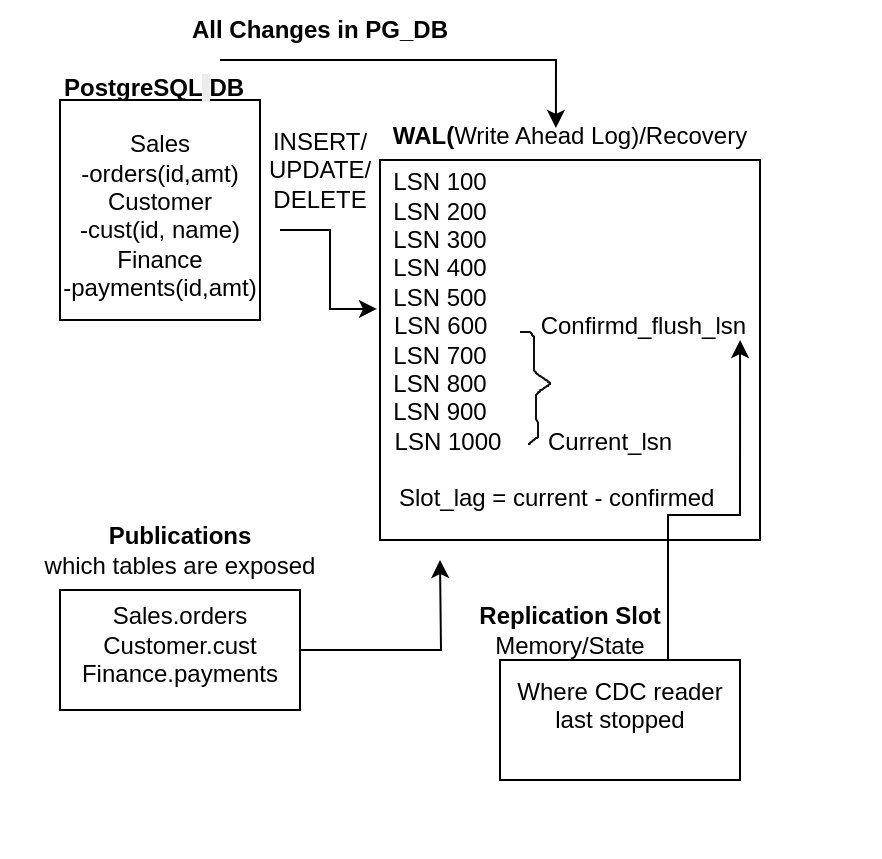
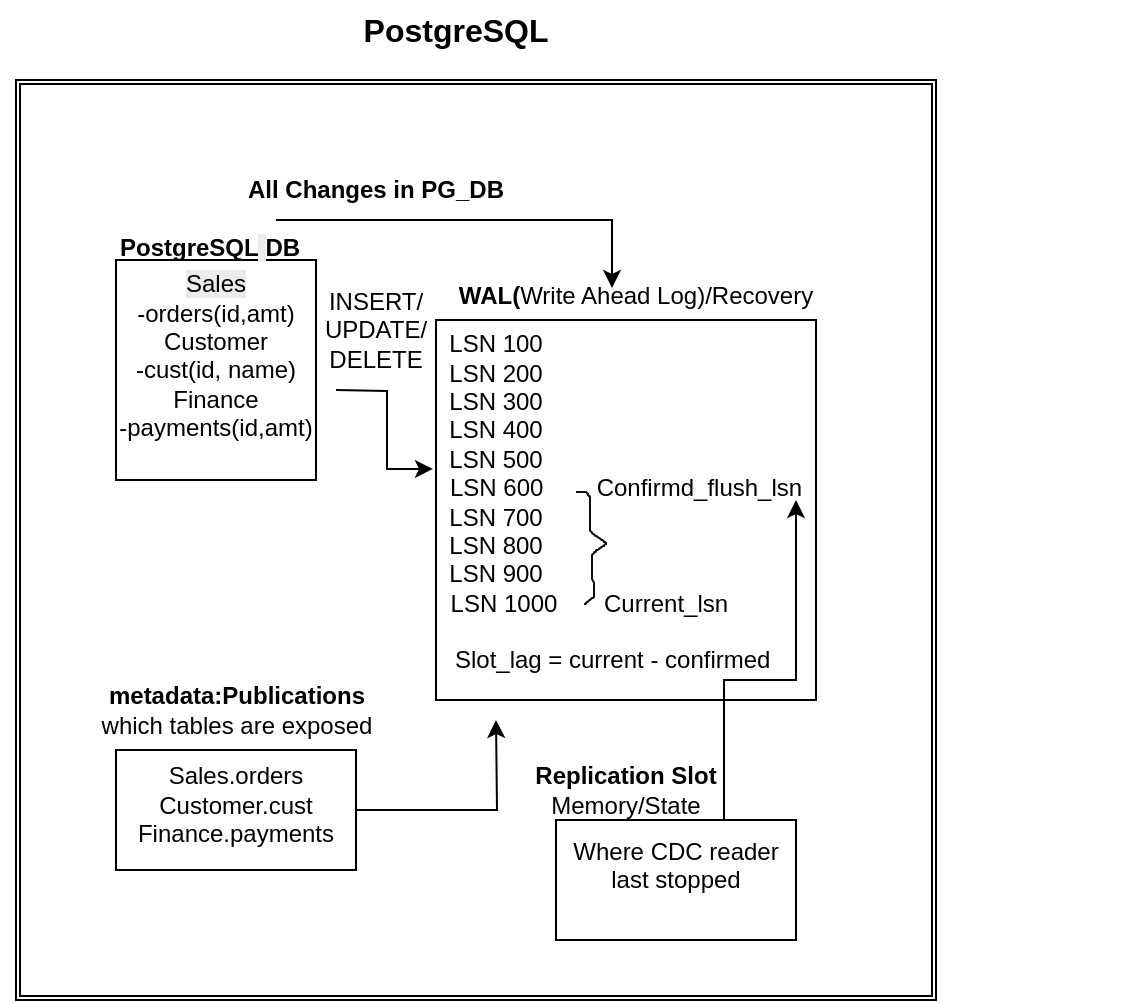
<mxfile host="app.diagrams.net">
  <diagram name="Page-1" id="Q_ZsLJstPfYgno72QKXt">
-     <mxGraphModel dx="1245" dy="1791" grid="1" gridSize="10" guides="1" tooltips="1" connect="1" arrows="1" fold="1" page="1" pageScale="1" pageWidth="850" pageHeight="1100" math="0" shadow="0">
+     <mxGraphModel dx="2095" dy="1791" grid="1" gridSize="10" guides="1" tooltips="1" connect="1" arrows="1" fold="1" page="1" pageScale="1" pageWidth="850" pageHeight="1100" math="0" shadow="0">
      <root>
        <mxCell id="0" />
        <mxCell id="1" parent="0" />
-         <mxCell id="VMq2Wqnuxfh8W9JdA98s-1" parent="1" style="rounded=0;whiteSpace=wrap;html=1;" value="" vertex="1">
-           <mxGeometry height="110" width="100" x="40" y="40" as="geometry" />
-         </mxCell>
-         <mxCell id="VMq2Wqnuxfh8W9JdA98s-4" parent="1" style="text;html=1;whiteSpace=wrap;strokeColor=none;fillColor=none;align=center;verticalAlign=middle;rounded=0;" value="Sales&lt;br&gt;&lt;div&gt;-orders(id,amt)&lt;/div&gt;&lt;div&gt;Customer&lt;/div&gt;&lt;div&gt;-cust(id, name)&lt;/div&gt;&lt;div&gt;Finance&lt;/div&gt;&lt;div&gt;-payments(id,amt)&lt;/div&gt;&lt;div&gt;&lt;br&gt;&lt;/div&gt;" vertex="1">
-           <mxGeometry height="30" width="120" x="30" y="90" as="geometry" />
-         </mxCell>
-         <mxCell id="VMq2Wqnuxfh8W9JdA98s-6" parent="1" style="whiteSpace=wrap;html=1;aspect=fixed;" value="" vertex="1">
-           <mxGeometry height="190" width="190" x="200" y="70" as="geometry" />
-         </mxCell>
-         <mxCell id="VMq2Wqnuxfh8W9JdA98s-7" edge="1" parent="1" source="VMq2Wqnuxfh8W9JdA98s-4" style="edgeStyle=orthogonalEdgeStyle;rounded=0;orthogonalLoop=1;jettySize=auto;html=1;exitX=1;exitY=0.5;exitDx=0;exitDy=0;entryX=-0.008;entryY=0.392;entryDx=0;entryDy=0;entryPerimeter=0;" target="VMq2Wqnuxfh8W9JdA98s-6">
-           <mxGeometry relative="1" as="geometry" />
-         </mxCell>
-         <mxCell id="VMq2Wqnuxfh8W9JdA98s-8" parent="1" style="text;html=1;whiteSpace=wrap;strokeColor=none;fillColor=light-dark(transparent,#00E600);align=center;verticalAlign=middle;rounded=0;" value="INSERT/&lt;div&gt;UPDATE/&lt;/div&gt;&lt;div&gt;DELETE&lt;/div&gt;" vertex="1">
-           <mxGeometry height="30" width="60" x="140" y="60" as="geometry" />
-         </mxCell>
-         <mxCell id="VMq2Wqnuxfh8W9JdA98s-10" parent="1" style="text;whiteSpace=wrap;html=1;" value="&lt;b style=&quot;caret-color: rgb(0, 0, 0); color: rgb(0, 0, 0); font-family: Helvetica; font-size: 12px; font-style: normal; font-variant-caps: normal; letter-spacing: normal; orphans: 2; text-align: center; text-indent: 0px; text-transform: none; white-space: normal; widows: 2; word-spacing: 0px; -webkit-text-stroke-width: 0px; text-decoration-line: none; text-decoration-thickness: auto; text-decoration-style: solid;&quot;&gt;PostgreSQL&lt;/b&gt;&lt;span style=&quot;caret-color: rgb(0, 0, 0); color: rgb(0, 0, 0); font-family: Helvetica; font-size: 12px; font-style: normal; font-variant-caps: normal; font-weight: 400; letter-spacing: normal; orphans: 2; text-align: center; text-indent: 0px; text-transform: none; white-space: normal; widows: 2; word-spacing: 0px; -webkit-text-stroke-width: 0px; background-color: rgb(236, 236, 236); text-decoration: none; display: inline !important; float: none;&quot;&gt;&lt;span class=&quot;Apple-converted-space&quot;&gt;&amp;nbsp;&lt;/span&gt;&lt;/span&gt;&lt;b style=&quot;caret-color: rgb(0, 0, 0); color: rgb(0, 0, 0); font-family: Helvetica; font-size: 12px; font-style: normal; font-variant-caps: normal; letter-spacing: normal; orphans: 2; text-align: center; text-indent: 0px; text-transform: none; white-space: normal; widows: 2; word-spacing: 0px; -webkit-text-stroke-width: 0px; text-decoration-line: none; text-decoration-thickness: auto; text-decoration-style: solid;&quot;&gt;DB&lt;/b&gt;" vertex="1">
-           <mxGeometry height="30" width="80" x="40" y="20" as="geometry" />
-         </mxCell>
-         <mxCell id="VMq2Wqnuxfh8W9JdA98s-11" parent="1" style="text;html=1;whiteSpace=wrap;strokeColor=none;fillColor=none;align=center;verticalAlign=middle;rounded=0;" value="&lt;b&gt;WAL(&lt;/b&gt;Write Ahead Log)/Recovery&lt;div&gt;&lt;br&gt;&lt;/div&gt;" vertex="1">
-           <mxGeometry height="30" width="220" x="185" y="50" as="geometry" />
-         </mxCell>
-         <mxCell id="VMq2Wqnuxfh8W9JdA98s-12" parent="1" style="text;html=1;whiteSpace=wrap;strokeColor=none;fillColor=none;align=center;verticalAlign=middle;rounded=0;" value="LSN 100&lt;div&gt;LSN 200&lt;/div&gt;&lt;div&gt;LSN 300&lt;br&gt;&lt;/div&gt;&lt;div&gt;LSN 400&lt;br&gt;&lt;/div&gt;&lt;div&gt;LSN 500&lt;br&gt;&lt;/div&gt;&lt;div&gt;&amp;nbsp; &amp;nbsp; &amp;nbsp; &amp;nbsp; &amp;nbsp; &amp;nbsp; &amp;nbsp; &amp;nbsp; &amp;nbsp; &amp;nbsp; &amp;nbsp; &amp;nbsp; &amp;nbsp; &amp;nbsp; &amp;nbsp; &amp;nbsp; &amp;nbsp; &amp;nbsp; &amp;nbsp; &amp;nbsp;LSN 600 &amp;nbsp; &amp;nbsp; &amp;nbsp; &amp;nbsp;Confirmd_flush_lsn&lt;br&gt;&lt;/div&gt;&lt;div&gt;LSN 700&lt;br&gt;&lt;/div&gt;&lt;div&gt;LSN 800&lt;br&gt;&lt;/div&gt;&lt;div&gt;LSN 900&lt;br&gt;&lt;/div&gt;&lt;div&gt;&amp;nbsp; &amp;nbsp; &amp;nbsp; &amp;nbsp; &amp;nbsp; &amp;nbsp; &amp;nbsp; &amp;nbsp; &amp;nbsp; &amp;nbsp; &amp;nbsp; &amp;nbsp; &amp;nbsp; &amp;nbsp; LSN 1000 &amp;nbsp; &amp;nbsp; &amp;nbsp; Current_lsn&lt;br&gt;&lt;/div&gt;&lt;div&gt;&lt;br&gt;&lt;/div&gt;&lt;div&gt;&amp;nbsp; &amp;nbsp; &amp;nbsp; &amp;nbsp; &amp;nbsp; &amp;nbsp; &amp;nbsp; &amp;nbsp; &amp;nbsp; &amp;nbsp; &amp;nbsp; &amp;nbsp; &amp;nbsp; &amp;nbsp; &amp;nbsp; &amp;nbsp; &amp;nbsp; &amp;nbsp;Slot_lag = current - confirmed&lt;/div&gt;" vertex="1">
-           <mxGeometry height="30" width="440" x="10" y="145" as="geometry" />
-         </mxCell>
-         <mxCell id="VMq2Wqnuxfh8W9JdA98s-19" parent="1" style="shape=stencil(xZrNbhtHEISfhtfB7s7O39lx3sOA5YiIIhmykthvnyF4iOGqfIMOAuRGUf0tOT2929XFueR3Xx4/fH64HNuXt9eXXx/+vH58e7zkny7HcX1+fHi9vs1Xl/z+kt99enl9+OX15ffnj/e/P3+4Rd5e/fbyx+0KX+/clrbtBh3btx/e+Pke/nR9/vfhe6otEJ5TzoHwEvsyNfZleuzL7NHUBHOzB1e7B5e7B9cbLYVoLUSLIVoN0f3NwfXmaO0H15vNes8C8aYe+oB4yc+e8vnP8afkZ08Nrq/xRzpyLL52iJf857TT9SX/OZUG8ZL/Rbzk/0zbEYs/ayx+7JH4knLo+iV1qE+Nr+mA+nTxLXT9lgrVm8T3tFE9m/iT6s3ED6o3iR8ph64/Ug/Vz+xQR6hAZ4vaQxVx62mhktuPtIVqYgIjBszbOlQVE+ihstjP1EL7PDv5HtroCdTYJ9RUYqVR04jtdEtnbKdnOwndzRNosZ0e6Qh9wq3BhkpjAiVUGhMYoZ2ePbPHgCPl0E5PoIUeArOt1VBpzL6zh0pjAiW007PzkNKxAEkdA1TWOgo0Fi8OQPWiQGf5osAI6osJxATGBGIKY2romMSYQExjTNUdExkTiKmMfARlxhT2MZ0xgZjQmEBMaeSTpYZI/wmQ1iiized0QlqjqDgvqUEtFVXnFcWJBUicFNXzDcVJ0bROBUp2haaVgappbSh/qqa1o/ypmqWO8qdqlmbbpU/QRTPQdNEDBVaTRc9RkQRWkzVMgARW09FqTxuUd5NFL4Aui54ASbiui95RwnXZ6fNACdc1S0fq9AmapQWgWWJgaJYyqsqhWcqoKodm6URVaYEKN1Ac0H1YALoPC0D3oaAy3jfdiILS2BOkjR1R0wl3aZwwC18AmtqKgt1sXkPBbsqjoWA3QE8H3NfmnlgAmlYGzH3dcYYwj5qBM4R5mA2cIfRxWRbmvyx6Aegjv7Afq02lsCGrbauwI6uNsbAlq613AWhzXwG6aHZ9LUCDkwHY91VFU9jIVc20AnQfFoDuA3vFFqBZTqVoYbdYxW5hu1jldGG/WAV7YcPYAjTLGaClHW4gC9DwZwA2mS1Aw58FaPgzAPvMFsDhT4DKRrMB2Gi2AM5yCrDRbAGatAzARrMFaNIyABvNBmCj2QAVpxQL0NBhAPaNDcC+sQVI4RuAfWMFGvvGFiBxbAHSxgZg39gA7BtbgGSoAdg3NgD7xhYgzWcA9o0tQIrMAOwbW4D0kgHYaLYA6SXt01PJkjhRJdDYN1at0dg3VjXT2QY2ANvAFiDpYAC2gQ3ANrAFSAlYgJSAAdgGtgApAQOwDWwAdnUtQErAAOzqWgA9VwUWnqsD0HNVgB1RBQY7ohYgR9QA7FdagKSDAdivtAC5iQZgN9ECqDXkyTfYTdRn62DrTp/eK0D6w38OyLQ72E3UH48Gm4n689RgL9EcnWGfLw7oPiwATSs7iXqcbbCTqOflBjuJeuBvsM+nJwpXgGaJjUE9EznYGLQAiUQ9pfmdjewJPee4IPSk6ZIwZ7f+D2K++Pvc+Kfr09P92Pn3///xnPl8635GPb//Cw==);fillColor=none;strokeColor=light-dark(#0F0F0F,#0F0F0F);" value="" vertex="1">
-           <mxGeometry height="56" width="15" x="270" y="156" as="geometry" />
-         </mxCell>
-         <mxCell id="VMq2Wqnuxfh8W9JdA98s-23" parent="1" style="text;html=1;whiteSpace=wrap;strokeColor=none;fillColor=none;align=center;verticalAlign=middle;rounded=0;fontStyle=1" value="Publications&lt;div&gt;&lt;span style=&quot;font-weight: 400;&quot;&gt;which tables are exposed&lt;/span&gt;&lt;br&gt;&lt;/div&gt;" vertex="1">
-           <mxGeometry height="30" width="150" x="25" y="250" as="geometry" />
-         </mxCell>
        <mxCell id="VMq2Wqnuxfh8W9JdA98s-28" edge="1" parent="1" style="edgeStyle=orthogonalEdgeStyle;rounded=0;orthogonalLoop=1;jettySize=auto;html=1;exitX=0.5;exitY=1;exitDx=0;exitDy=0;">
          <mxGeometry relative="1" as="geometry">
            <mxPoint x="95" y="410" as="sourcePoint" />
            <mxPoint x="95" y="410" as="targetPoint" />
          </mxGeometry>
        </mxCell>
-         <mxCell id="VMq2Wqnuxfh8W9JdA98s-31" edge="1" parent="1" source="VMq2Wqnuxfh8W9JdA98s-29" style="edgeStyle=orthogonalEdgeStyle;rounded=0;orthogonalLoop=1;jettySize=auto;html=1;">
+         <mxCell id="Xwf5mjqP0tRMwdR2nsjf-1" parent="1" style="shape=ext;double=1;whiteSpace=wrap;html=1;aspect=fixed;" value="" vertex="1">
+           <mxGeometry height="460" width="460" x="-460" y="-40" as="geometry" />
+         </mxCell>
+         <mxCell id="Xwf5mjqP0tRMwdR2nsjf-2" parent="1" style="rounded=0;whiteSpace=wrap;html=1;" value="&lt;span style=&quot;caret-color: rgb(0, 0, 0); color: rgb(0, 0, 0); font-family: Helvetica; font-size: 12px; font-style: normal; font-variant-caps: normal; font-weight: 400; letter-spacing: normal; orphans: 2; text-align: center; text-indent: 0px; text-transform: none; white-space: normal; widows: 2; word-spacing: 0px; -webkit-text-stroke-width: 0px; background-color: rgb(236, 236, 236); text-decoration: none; display: inline !important; float: none;&quot;&gt;Sales&lt;/span&gt;&lt;br style=&quot;caret-color: rgb(0, 0, 0); color: rgb(0, 0, 0); font-family: Helvetica; font-size: 12px; font-style: normal; font-variant-caps: normal; font-weight: 400; letter-spacing: normal; orphans: 2; text-align: center; text-indent: 0px; text-transform: none; white-space: normal; widows: 2; word-spacing: 0px; -webkit-text-stroke-width: 0px; text-decoration-line: none; text-decoration-thickness: auto; text-decoration-style: solid;&quot;&gt;&lt;div style=&quot;caret-color: rgb(0, 0, 0); color: rgb(0, 0, 0); font-family: Helvetica; font-size: 12px; font-style: normal; font-variant-caps: normal; font-weight: 400; letter-spacing: normal; orphans: 2; text-align: center; text-indent: 0px; text-transform: none; white-space: normal; widows: 2; word-spacing: 0px; -webkit-text-stroke-width: 0px; text-decoration-line: none; text-decoration-thickness: auto; text-decoration-style: solid;&quot;&gt;-orders(id,amt)&lt;/div&gt;&lt;div style=&quot;caret-color: rgb(0, 0, 0); color: rgb(0, 0, 0); font-family: Helvetica; font-size: 12px; font-style: normal; font-variant-caps: normal; font-weight: 400; letter-spacing: normal; orphans: 2; text-align: center; text-indent: 0px; text-transform: none; white-space: normal; widows: 2; word-spacing: 0px; -webkit-text-stroke-width: 0px; text-decoration-line: none; text-decoration-thickness: auto; text-decoration-style: solid;&quot;&gt;Customer&lt;/div&gt;&lt;div style=&quot;caret-color: rgb(0, 0, 0); color: rgb(0, 0, 0); font-family: Helvetica; font-size: 12px; font-style: normal; font-variant-caps: normal; font-weight: 400; letter-spacing: normal; orphans: 2; text-align: center; text-indent: 0px; text-transform: none; white-space: normal; widows: 2; word-spacing: 0px; -webkit-text-stroke-width: 0px; text-decoration-line: none; text-decoration-thickness: auto; text-decoration-style: solid;&quot;&gt;-cust(id, name)&lt;/div&gt;&lt;div style=&quot;caret-color: rgb(0, 0, 0); color: rgb(0, 0, 0); font-family: Helvetica; font-size: 12px; font-style: normal; font-variant-caps: normal; font-weight: 400; letter-spacing: normal; orphans: 2; text-align: center; text-indent: 0px; text-transform: none; white-space: normal; widows: 2; word-spacing: 0px; -webkit-text-stroke-width: 0px; text-decoration-line: none; text-decoration-thickness: auto; text-decoration-style: solid;&quot;&gt;Finance&lt;/div&gt;&lt;div style=&quot;caret-color: rgb(0, 0, 0); color: rgb(0, 0, 0); font-family: Helvetica; font-size: 12px; font-style: normal; font-variant-caps: normal; font-weight: 400; letter-spacing: normal; orphans: 2; text-align: center; text-indent: 0px; text-transform: none; white-space: normal; widows: 2; word-spacing: 0px; -webkit-text-stroke-width: 0px; text-decoration-line: none; text-decoration-thickness: auto; text-decoration-style: solid;&quot;&gt;-payments(id,amt)&lt;/div&gt;&lt;br class=&quot;Apple-interchange-newline&quot;&gt;" vertex="1">
+           <mxGeometry height="110" width="100" x="-410" y="50" as="geometry" />
+         </mxCell>
+         <mxCell id="Xwf5mjqP0tRMwdR2nsjf-3" parent="1" style="whiteSpace=wrap;html=1;aspect=fixed;" value="" vertex="1">
+           <mxGeometry height="190" width="190" x="-250" y="80" as="geometry" />
+         </mxCell>
+         <mxCell id="Xwf5mjqP0tRMwdR2nsjf-4" edge="1" parent="1" style="edgeStyle=orthogonalEdgeStyle;rounded=0;orthogonalLoop=1;jettySize=auto;html=1;exitX=1;exitY=0.5;exitDx=0;exitDy=0;entryX=-0.008;entryY=0.392;entryDx=0;entryDy=0;entryPerimeter=0;" target="Xwf5mjqP0tRMwdR2nsjf-3">
          <mxGeometry relative="1" as="geometry">
-             <mxPoint x="230" y="270" as="targetPoint" />
+             <mxPoint x="-300" y="115" as="sourcePoint" />
          </mxGeometry>
        </mxCell>
-         <mxCell id="VMq2Wqnuxfh8W9JdA98s-29" parent="1" style="rounded=0;whiteSpace=wrap;html=1;" value="" vertex="1">
-           <mxGeometry height="60" width="120" x="40" y="285" as="geometry" />
+         <mxCell id="Xwf5mjqP0tRMwdR2nsjf-5" parent="1" style="text;html=1;whiteSpace=wrap;strokeColor=none;fillColor=light-dark(transparent,#00E600);align=center;verticalAlign=middle;rounded=0;" value="INSERT/&lt;div&gt;UPDATE/&lt;/div&gt;&lt;div&gt;DELETE&lt;/div&gt;" vertex="1">
+           <mxGeometry height="30" width="60" x="-310" y="70" as="geometry" />
        </mxCell>
-         <mxCell id="VMq2Wqnuxfh8W9JdA98s-30" parent="1" style="text;html=1;whiteSpace=wrap;strokeColor=none;fillColor=none;align=center;verticalAlign=middle;rounded=0;" value="&lt;div&gt;&lt;br&gt;&lt;/div&gt;&lt;div&gt;&lt;div&gt;&lt;br&gt;&lt;/div&gt;Sales.orders&lt;div&gt;Customer.cust&lt;/div&gt;&lt;div&gt;Finance.payments&lt;/div&gt;&lt;/div&gt;&lt;div&gt;&lt;br&gt;&lt;/div&gt;" vertex="1">
-           <mxGeometry height="30" width="60" x="70" y="290" as="geometry" />
+         <mxCell id="Xwf5mjqP0tRMwdR2nsjf-6" parent="1" style="text;whiteSpace=wrap;html=1;" value="&lt;b style=&quot;caret-color: rgb(0, 0, 0); color: rgb(0, 0, 0); font-family: Helvetica; font-size: 12px; font-style: normal; font-variant-caps: normal; letter-spacing: normal; orphans: 2; text-align: center; text-indent: 0px; text-transform: none; white-space: normal; widows: 2; word-spacing: 0px; -webkit-text-stroke-width: 0px; text-decoration-line: none; text-decoration-thickness: auto; text-decoration-style: solid;&quot;&gt;PostgreSQL&lt;/b&gt;&lt;span style=&quot;caret-color: rgb(0, 0, 0); color: rgb(0, 0, 0); font-family: Helvetica; font-size: 12px; font-style: normal; font-variant-caps: normal; font-weight: 400; letter-spacing: normal; orphans: 2; text-align: center; text-indent: 0px; text-transform: none; white-space: normal; widows: 2; word-spacing: 0px; -webkit-text-stroke-width: 0px; background-color: rgb(236, 236, 236); text-decoration: none; display: inline !important; float: none;&quot;&gt;&lt;span class=&quot;Apple-converted-space&quot;&gt;&amp;nbsp;&lt;/span&gt;&lt;/span&gt;&lt;b style=&quot;caret-color: rgb(0, 0, 0); color: rgb(0, 0, 0); font-family: Helvetica; font-size: 12px; font-style: normal; font-variant-caps: normal; letter-spacing: normal; orphans: 2; text-align: center; text-indent: 0px; text-transform: none; white-space: normal; widows: 2; word-spacing: 0px; -webkit-text-stroke-width: 0px; text-decoration-line: none; text-decoration-thickness: auto; text-decoration-style: solid;&quot;&gt;DB&lt;/b&gt;" vertex="1">
+           <mxGeometry height="30" width="80" x="-410" y="30" as="geometry" />
        </mxCell>
-         <mxCell id="VMq2Wqnuxfh8W9JdA98s-32" parent="1" style="rounded=0;whiteSpace=wrap;html=1;" value="Where CDC reader last stopped&lt;div&gt;&lt;br&gt;&lt;/div&gt;" vertex="1">
-           <mxGeometry height="60" width="120" x="260" y="320" as="geometry" />
+         <mxCell id="Xwf5mjqP0tRMwdR2nsjf-7" parent="1" style="shape=stencil(xZrNbhtHEISfhtfB7s7O39lx3sOA5YiIIhmykthvnyF4iOGqfIMOAuRGUf0tOT2929XFueR3Xx4/fH64HNuXt9eXXx/+vH58e7zkny7HcX1+fHi9vs1Xl/z+kt99enl9+OX15ffnj/e/P3+4Rd5e/fbyx+0KX+/clrbtBh3btx/e+Pke/nR9/vfhe6otEJ5TzoHwEvsyNfZleuzL7NHUBHOzB1e7B5e7B9cbLYVoLUSLIVoN0f3NwfXmaO0H15vNes8C8aYe+oB4yc+e8vnP8afkZ08Nrq/xRzpyLL52iJf857TT9SX/OZUG8ZL/Rbzk/0zbEYs/ayx+7JH4knLo+iV1qE+Nr+mA+nTxLXT9lgrVm8T3tFE9m/iT6s3ED6o3iR8ph64/Ug/Vz+xQR6hAZ4vaQxVx62mhktuPtIVqYgIjBszbOlQVE+ihstjP1EL7PDv5HtroCdTYJ9RUYqVR04jtdEtnbKdnOwndzRNosZ0e6Qh9wq3BhkpjAiVUGhMYoZ2ePbPHgCPl0E5PoIUeArOt1VBpzL6zh0pjAiW007PzkNKxAEkdA1TWOgo0Fi8OQPWiQGf5osAI6osJxATGBGIKY2romMSYQExjTNUdExkTiKmMfARlxhT2MZ0xgZjQmEBMaeSTpYZI/wmQ1iiized0QlqjqDgvqUEtFVXnFcWJBUicFNXzDcVJ0bROBUp2haaVgappbSh/qqa1o/ypmqWO8qdqlmbbpU/QRTPQdNEDBVaTRc9RkQRWkzVMgARW09FqTxuUd5NFL4Aui54ASbiui95RwnXZ6fNACdc1S0fq9AmapQWgWWJgaJYyqsqhWcqoKodm6URVaYEKN1Ac0H1YALoPC0D3oaAy3jfdiILS2BOkjR1R0wl3aZwwC18AmtqKgt1sXkPBbsqjoWA3QE8H3NfmnlgAmlYGzH3dcYYwj5qBM4R5mA2cIfRxWRbmvyx6Aegjv7Afq02lsCGrbauwI6uNsbAlq613AWhzXwG6aHZ9LUCDkwHY91VFU9jIVc20AnQfFoDuA3vFFqBZTqVoYbdYxW5hu1jldGG/WAV7YcPYAjTLGaClHW4gC9DwZwA2mS1Aw58FaPgzAPvMFsDhT4DKRrMB2Gi2AM5yCrDRbAGatAzARrMFaNIyABvNBmCj2QAVpxQL0NBhAPaNDcC+sQVI4RuAfWMFGvvGFiBxbAHSxgZg39gA7BtbgGSoAdg3NgD7xhYgzWcA9o0tQIrMAOwbW4D0kgHYaLYA6SXt01PJkjhRJdDYN1at0dg3VjXT2QY2ANvAFiDpYAC2gQ3ANrAFSAlYgJSAAdgGtgApAQOwDWwAdnUtQErAAOzqWgA9VwUWnqsD0HNVgB1RBQY7ohYgR9QA7FdagKSDAdivtAC5iQZgN9ECqDXkyTfYTdRn62DrTp/eK0D6w38OyLQ72E3UH48Gm4n689RgL9EcnWGfLw7oPiwATSs7iXqcbbCTqOflBjuJeuBvsM+nJwpXgGaJjUE9EznYGLQAiUQ9pfmdjewJPee4IPSk6ZIwZ7f+D2K++Pvc+Kfr09P92Pn3///xnPl8635GPb//Cw==);fillColor=none;strokeColor=light-dark(#0F0F0F,#0F0F0F);" value="" vertex="1">
+           <mxGeometry height="56" width="15" x="-180" y="166" as="geometry" />
        </mxCell>
-         <mxCell id="VMq2Wqnuxfh8W9JdA98s-33" parent="1" style="text;html=1;whiteSpace=wrap;strokeColor=none;fillColor=none;align=center;verticalAlign=middle;rounded=0;" value="&lt;b&gt;Replication Slot&lt;/b&gt;&lt;div&gt;Memory/State&lt;/div&gt;" vertex="1">
-           <mxGeometry height="30" width="110" x="240" y="290" as="geometry" />
-         </mxCell>
-         <mxCell id="VMq2Wqnuxfh8W9JdA98s-36" edge="1" parent="1" source="VMq2Wqnuxfh8W9JdA98s-32" style="edgeStyle=orthogonalEdgeStyle;rounded=0;orthogonalLoop=1;jettySize=auto;html=1;entryX=0.841;entryY=0.5;entryDx=0;entryDy=0;entryPerimeter=0;exitX=0.7;exitY=0;exitDx=0;exitDy=0;exitPerimeter=0;" target="VMq2Wqnuxfh8W9JdA98s-12">
+         <mxCell id="Xwf5mjqP0tRMwdR2nsjf-8" edge="1" parent="1" source="Xwf5mjqP0tRMwdR2nsjf-9" style="edgeStyle=orthogonalEdgeStyle;rounded=0;orthogonalLoop=1;jettySize=auto;html=1;">
          <mxGeometry relative="1" as="geometry">
-             <Array as="points" />
+             <mxPoint x="-220" y="280" as="targetPoint" />
          </mxGeometry>
        </mxCell>
-         <mxCell id="VMq2Wqnuxfh8W9JdA98s-37" edge="1" parent="1" source="VMq2Wqnuxfh8W9JdA98s-10" style="edgeStyle=orthogonalEdgeStyle;rounded=0;orthogonalLoop=1;jettySize=auto;html=1;entryX=0.468;entryY=0.133;entryDx=0;entryDy=0;entryPerimeter=0;" target="VMq2Wqnuxfh8W9JdA98s-11">
+         <mxCell id="Xwf5mjqP0tRMwdR2nsjf-9" parent="1" style="rounded=0;whiteSpace=wrap;html=1;" value="" vertex="1">
+           <mxGeometry height="60" width="120" x="-410" y="295" as="geometry" />
+         </mxCell>
+         <mxCell id="Xwf5mjqP0tRMwdR2nsjf-10" parent="1" style="text;html=1;whiteSpace=wrap;strokeColor=none;fillColor=none;align=center;verticalAlign=middle;rounded=0;" value="&lt;div&gt;&lt;br&gt;&lt;/div&gt;&lt;div&gt;&lt;div&gt;&lt;br&gt;&lt;/div&gt;Sales.orders&lt;div&gt;Customer.cust&lt;/div&gt;&lt;div&gt;Finance.payments&lt;/div&gt;&lt;/div&gt;&lt;div&gt;&lt;br&gt;&lt;/div&gt;" vertex="1">
+           <mxGeometry height="30" width="60" x="-380" y="300" as="geometry" />
+         </mxCell>
+         <mxCell id="Xwf5mjqP0tRMwdR2nsjf-11" parent="1" style="rounded=0;whiteSpace=wrap;html=1;" value="Where CDC reader last stopped&lt;div&gt;&lt;br&gt;&lt;/div&gt;" vertex="1">
+           <mxGeometry height="60" width="120" x="-190" y="330" as="geometry" />
+         </mxCell>
+         <mxCell id="Xwf5mjqP0tRMwdR2nsjf-12" parent="1" style="text;html=1;whiteSpace=wrap;strokeColor=none;fillColor=none;align=center;verticalAlign=middle;rounded=0;" value="&lt;b&gt;Replication Slot&lt;/b&gt;&lt;div&gt;Memory/State&lt;/div&gt;" vertex="1">
+           <mxGeometry height="30" width="110" x="-210" y="300" as="geometry" />
+         </mxCell>
+         <mxCell id="Xwf5mjqP0tRMwdR2nsjf-13" edge="1" parent="1" source="Xwf5mjqP0tRMwdR2nsjf-11" style="edgeStyle=orthogonalEdgeStyle;rounded=0;orthogonalLoop=1;jettySize=auto;html=1;entryX=0.841;entryY=0.5;entryDx=0;entryDy=0;entryPerimeter=0;exitX=0.7;exitY=0;exitDx=0;exitDy=0;exitPerimeter=0;">
          <mxGeometry relative="1" as="geometry">
            <Array as="points">
-               <mxPoint x="288" y="20" />
+               <mxPoint x="-106" y="260" />
+               <mxPoint x="-70" y="260" />
            </Array>
-             <mxPoint x="70" y="10" as="sourcePoint" />
+             <mxPoint x="-70" y="170" as="targetPoint" />
          </mxGeometry>
        </mxCell>
-         <mxCell id="VMq2Wqnuxfh8W9JdA98s-38" parent="1" style="text;html=1;whiteSpace=wrap;strokeColor=none;fillColor=none;align=center;verticalAlign=middle;rounded=0;" value="&lt;b&gt;All Changes in PG_DB&lt;/b&gt;" vertex="1">
-           <mxGeometry height="30" width="240" x="50" y="-10" as="geometry" />
+         <mxCell id="Xwf5mjqP0tRMwdR2nsjf-14" edge="1" parent="1" source="Xwf5mjqP0tRMwdR2nsjf-6" style="edgeStyle=orthogonalEdgeStyle;rounded=0;orthogonalLoop=1;jettySize=auto;html=1;entryX=0.468;entryY=0.133;entryDx=0;entryDy=0;entryPerimeter=0;">
+           <mxGeometry relative="1" as="geometry">
+             <Array as="points">
+               <mxPoint x="-162" y="30" />
+             </Array>
+             <mxPoint x="-380" y="20" as="sourcePoint" />
+             <mxPoint x="-162" y="64" as="targetPoint" />
+           </mxGeometry>
+         </mxCell>
+         <mxCell id="Xwf5mjqP0tRMwdR2nsjf-15" parent="1" style="text;html=1;whiteSpace=wrap;strokeColor=none;fillColor=none;align=center;verticalAlign=middle;rounded=0;" value="&lt;b&gt;All Changes in PG_DB&lt;/b&gt;" vertex="1">
+           <mxGeometry height="30" width="240" x="-400" as="geometry" />
+         </mxCell>
+         <mxCell id="Xwf5mjqP0tRMwdR2nsjf-16" parent="1" style="text;html=1;whiteSpace=wrap;strokeColor=none;fillColor=none;align=center;verticalAlign=middle;rounded=0;" value="&lt;b&gt;WAL(&lt;/b&gt;Write Ahead Log)/Recovery&lt;div&gt;&lt;br&gt;&lt;/div&gt;" vertex="1">
+           <mxGeometry height="30" width="220" x="-260" y="60" as="geometry" />
+         </mxCell>
+         <mxCell id="Xwf5mjqP0tRMwdR2nsjf-18" parent="1" style="text;html=1;whiteSpace=wrap;strokeColor=none;fillColor=none;align=center;verticalAlign=middle;rounded=0;" value="LSN 100&lt;div&gt;LSN 200&lt;/div&gt;&lt;div&gt;LSN 300&lt;br&gt;&lt;/div&gt;&lt;div&gt;LSN 400&lt;br&gt;&lt;/div&gt;&lt;div&gt;LSN 500&lt;br&gt;&lt;/div&gt;&lt;div&gt;&amp;nbsp; &amp;nbsp; &amp;nbsp; &amp;nbsp; &amp;nbsp; &amp;nbsp; &amp;nbsp; &amp;nbsp; &amp;nbsp; &amp;nbsp; &amp;nbsp; &amp;nbsp; &amp;nbsp; &amp;nbsp; &amp;nbsp; &amp;nbsp; &amp;nbsp; &amp;nbsp; &amp;nbsp; &amp;nbsp;LSN 600 &amp;nbsp; &amp;nbsp; &amp;nbsp; &amp;nbsp;Confirmd_flush_lsn&lt;br&gt;&lt;/div&gt;&lt;div&gt;LSN 700&lt;br&gt;&lt;/div&gt;&lt;div&gt;LSN 800&lt;br&gt;&lt;/div&gt;&lt;div&gt;LSN 900&lt;br&gt;&lt;/div&gt;&lt;div&gt;&amp;nbsp; &amp;nbsp; &amp;nbsp; &amp;nbsp; &amp;nbsp; &amp;nbsp; &amp;nbsp; &amp;nbsp; &amp;nbsp; &amp;nbsp; &amp;nbsp; &amp;nbsp; &amp;nbsp; &amp;nbsp; LSN 1000 &amp;nbsp; &amp;nbsp; &amp;nbsp; Current_lsn&lt;br&gt;&lt;/div&gt;&lt;div&gt;&lt;br&gt;&lt;/div&gt;&lt;div&gt;&amp;nbsp; &amp;nbsp; &amp;nbsp; &amp;nbsp; &amp;nbsp; &amp;nbsp; &amp;nbsp; &amp;nbsp; &amp;nbsp; &amp;nbsp; &amp;nbsp; &amp;nbsp; &amp;nbsp; &amp;nbsp; &amp;nbsp; &amp;nbsp; &amp;nbsp; &amp;nbsp;Slot_lag = current - confirmed&lt;/div&gt;" vertex="1">
+           <mxGeometry height="30" width="440" x="-440" y="156" as="geometry" />
+         </mxCell>
+         <mxCell id="Xwf5mjqP0tRMwdR2nsjf-19" parent="1" style="text;html=1;whiteSpace=wrap;strokeColor=none;fillColor=none;align=center;verticalAlign=middle;rounded=0;fontStyle=1" value="&lt;div&gt;metadata:Publications&lt;/div&gt;&lt;div&gt;&lt;span style=&quot;font-weight: 400;&quot;&gt;which tables are exposed&lt;/span&gt;&lt;br&gt;&lt;/div&gt;" vertex="1">
+           <mxGeometry height="30" width="235" x="-467.5" y="260" as="geometry" />
+         </mxCell>
+         <mxCell id="Xwf5mjqP0tRMwdR2nsjf-20" parent="1" style="text;html=1;whiteSpace=wrap;strokeColor=none;fillColor=none;align=center;verticalAlign=middle;rounded=0;" value="&lt;font size=&quot;3&quot;&gt;&lt;b&gt;PostgreSQL&lt;/b&gt;&lt;/font&gt;" vertex="1">
+           <mxGeometry height="30" width="60" x="-270" y="-80" as="geometry" />
        </mxCell>
      </root>
    </mxGraphModel>
  </diagram>
</mxfile>
